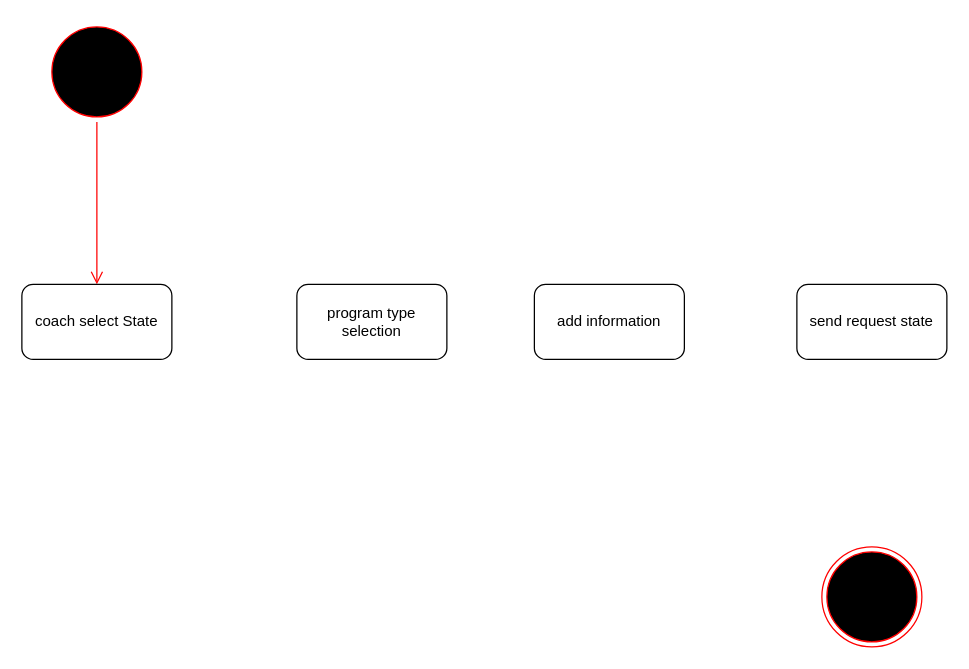
Earlier version of the draw.io diagram Behavioral Modeling/Behavioural State Machine(State Diagram)/RequestForProgramBehavioralDiagram.drawio (mmohajer9/sama-online-coaching-system). Source tidied: cells renumbered, new cells numbered last; positions are measured from the earlier drawing's top-left corner, leaving out a move shared by most shapes. Both pictures are drawn from the tidied source at 125%, with x=0, y=0 at pixel (21, 21).
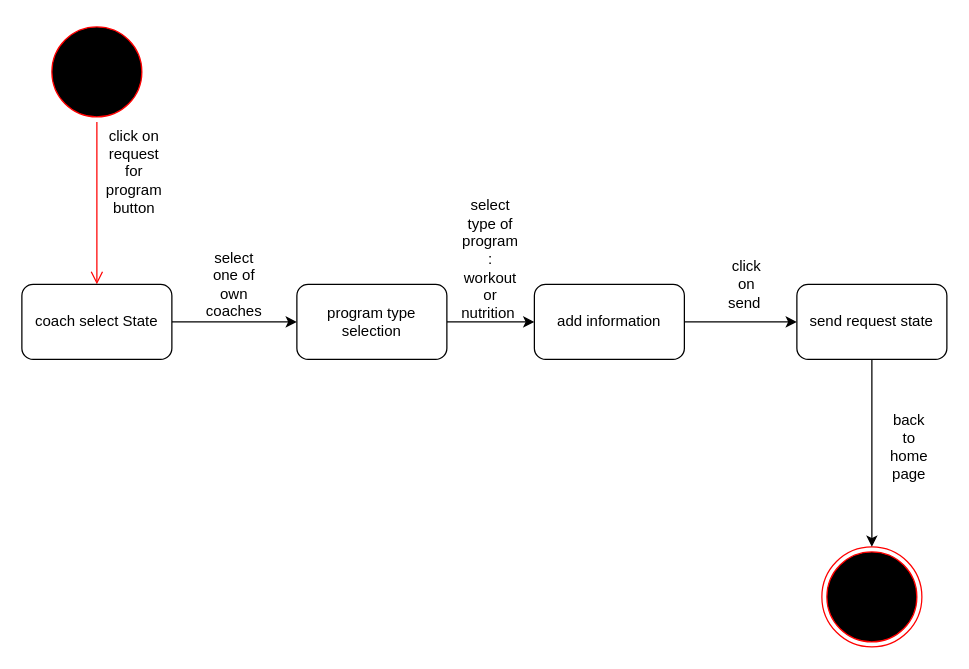
Above is the later version.

Change to the diagram source:
```diff
@@
 <mxGraphModel>
   <root>
     <mxCell id="0" />
     <mxCell id="1" parent="0" />
     <mxCell id="2" style="ellipse;html=1;shape=startState;fillColor=#000000;strokeColor=#ff0000;" parent="1" vertex="1">
       <mxGeometry x="20" width="80" height="80" as="geometry" />
     </mxCell>
     <mxCell id="3" style="edgeStyle=orthogonalEdgeStyle;html=1;verticalAlign=bottom;endArrow=open;endSize=8;strokeColor=#ff0000;" parent="1" edge="1" source="2">
       <mxGeometry relative="1" as="geometry">
         <mxPoint x="60" y="210" as="targetPoint" />
         <Array as="points">
           <mxPoint x="60" y="190" />
           <mxPoint x="60" y="190" />
         </Array>
       </mxGeometry>
     </mxCell>
     <mxCell id="4" style="ellipse;html=1;shape=endState;fillColor=#000000;strokeColor=#ff0000;" parent="1" vertex="1">
       <mxGeometry x="640" y="420" width="80" height="80" as="geometry" />
     </mxCell>
+    <mxCell id="9" style="edgeStyle=orthogonalEdgeStyle;rounded=0;jettySize=auto;html=1;" parent="1" edge="1" source="5" target="6">
+      <mxGeometry relative="1" as="geometry" />
+    </mxCell>
     <mxCell id="5" value="coach select State" style="rounded=1;whiteSpace=wrap;html=1;" parent="1" vertex="1">
       <mxGeometry y="210" width="120" height="60" as="geometry" />
     </mxCell>
+    <mxCell id="10" style="edgeStyle=orthogonalEdgeStyle;rounded=0;jettySize=auto;html=1;" parent="1" edge="1" source="6" target="7">
+      <mxGeometry relative="1" as="geometry" />
+    </mxCell>
     <mxCell id="6" value="program type selection" style="rounded=1;whiteSpace=wrap;html=1;" parent="1" vertex="1">
       <mxGeometry x="220" y="210" width="120" height="60" as="geometry" />
     </mxCell>
+    <mxCell id="11" style="edgeStyle=orthogonalEdgeStyle;rounded=0;jettySize=auto;html=1;" parent="1" edge="1" source="7" target="8">
+      <mxGeometry relative="1" as="geometry" />
+    </mxCell>
     <mxCell id="7" value="add information" style="rounded=1;whiteSpace=wrap;html=1;" parent="1" vertex="1">
       <mxGeometry x="410" y="210" width="120" height="60" as="geometry" />
     </mxCell>
+    <mxCell id="12" style="edgeStyle=orthogonalEdgeStyle;rounded=0;jettySize=auto;html=1;entryX=0.5;entryY=0;entryDx=0;entryDy=0;" parent="1" edge="1" source="8" target="4">
+      <mxGeometry relative="1" as="geometry" />
+    </mxCell>
     <mxCell id="8" value="send request state" style="rounded=1;whiteSpace=wrap;html=1;" parent="1" vertex="1">
       <mxGeometry x="620" y="210" width="120" height="60" as="geometry" />
     </mxCell>
+    <mxCell id="13" value="click on request for program button" style="text;html=1;strokeColor=none;fillColor=none;align=center;verticalAlign=middle;whiteSpace=wrap;rounded=0;" parent="1" vertex="1">
+      <mxGeometry x="70" y="110" width="40" height="20" as="geometry" />
+    </mxCell>
+    <mxCell id="14" value="select one of own coaches" style="text;html=1;strokeColor=none;fillColor=none;align=center;verticalAlign=middle;whiteSpace=wrap;rounded=0;" parent="1" vertex="1">
+      <mxGeometry x="150" y="200" width="40" height="20" as="geometry" />
+    </mxCell>
+    <mxCell id="15" value="select type of program : workout or nutrition&amp;nbsp;" style="text;html=1;strokeColor=none;fillColor=none;align=center;verticalAlign=middle;whiteSpace=wrap;rounded=0;" parent="1" vertex="1">
+      <mxGeometry x="355" y="180" width="40" height="20" as="geometry" />
+    </mxCell>
+    <mxCell id="16" value="click on send&amp;nbsp;" style="text;html=1;strokeColor=none;fillColor=none;align=center;verticalAlign=middle;whiteSpace=wrap;rounded=0;" parent="1" vertex="1">
+      <mxGeometry x="560" y="200" width="40" height="20" as="geometry" />
+    </mxCell>
+    <mxCell id="17" value="back to home page" style="text;html=1;strokeColor=none;fillColor=none;align=center;verticalAlign=middle;whiteSpace=wrap;rounded=0;" parent="1" vertex="1">
+      <mxGeometry x="690" y="330" width="40" height="20" as="geometry" />
+    </mxCell>
   </root>
 </mxGraphModel>
```
